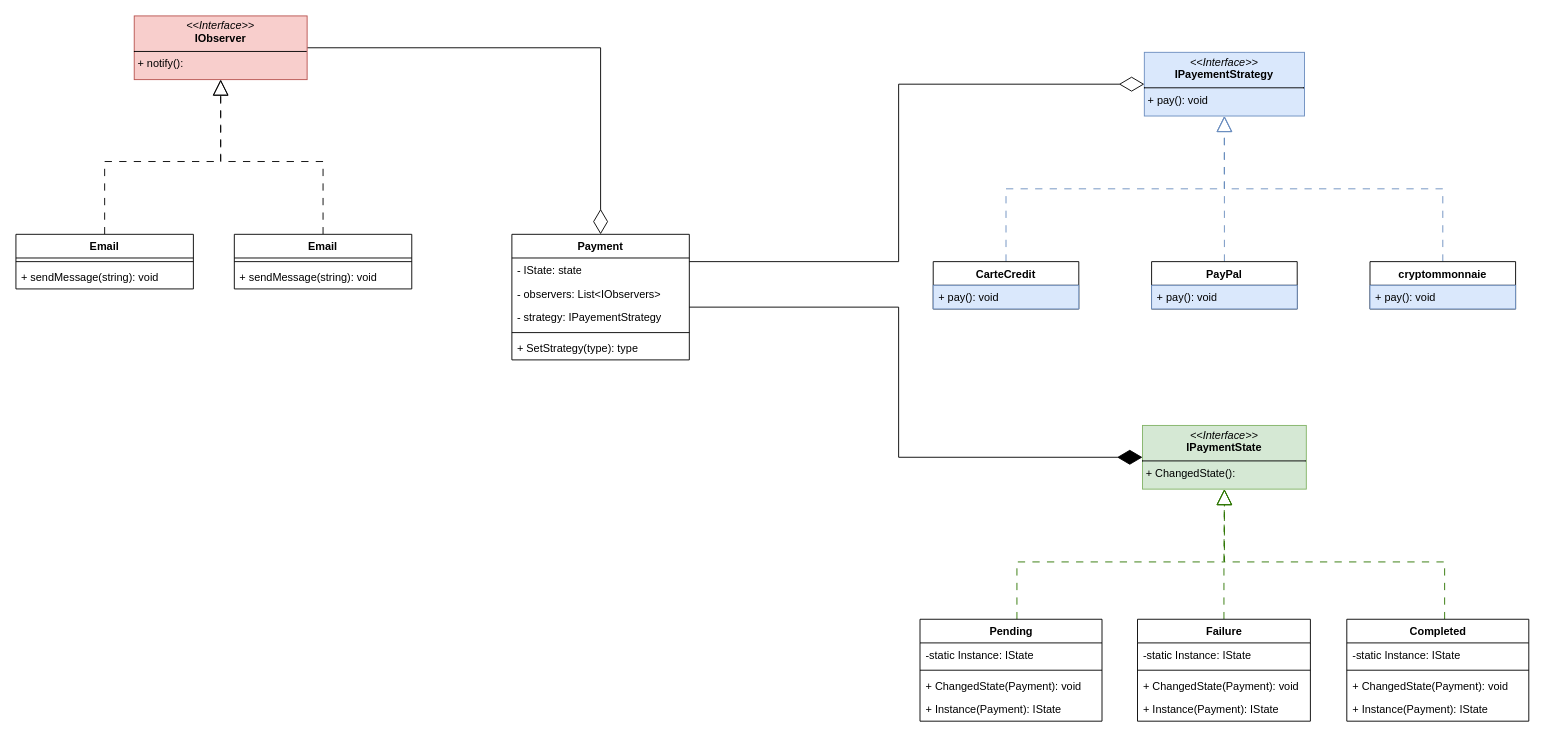
Before: SI_Devoir5.drawio in MAUI-SI-IOS/SI_Devoir5, a draw.io diagram. Source tidied: cells renumbered, new cells numbered last; positions are measured from the earlier drawing's top-left corner, leaving out a move shared by most shapes. Both pictures are drawn from the tidied source at 91%, with x=0, y=0 at pixel (15, 15).
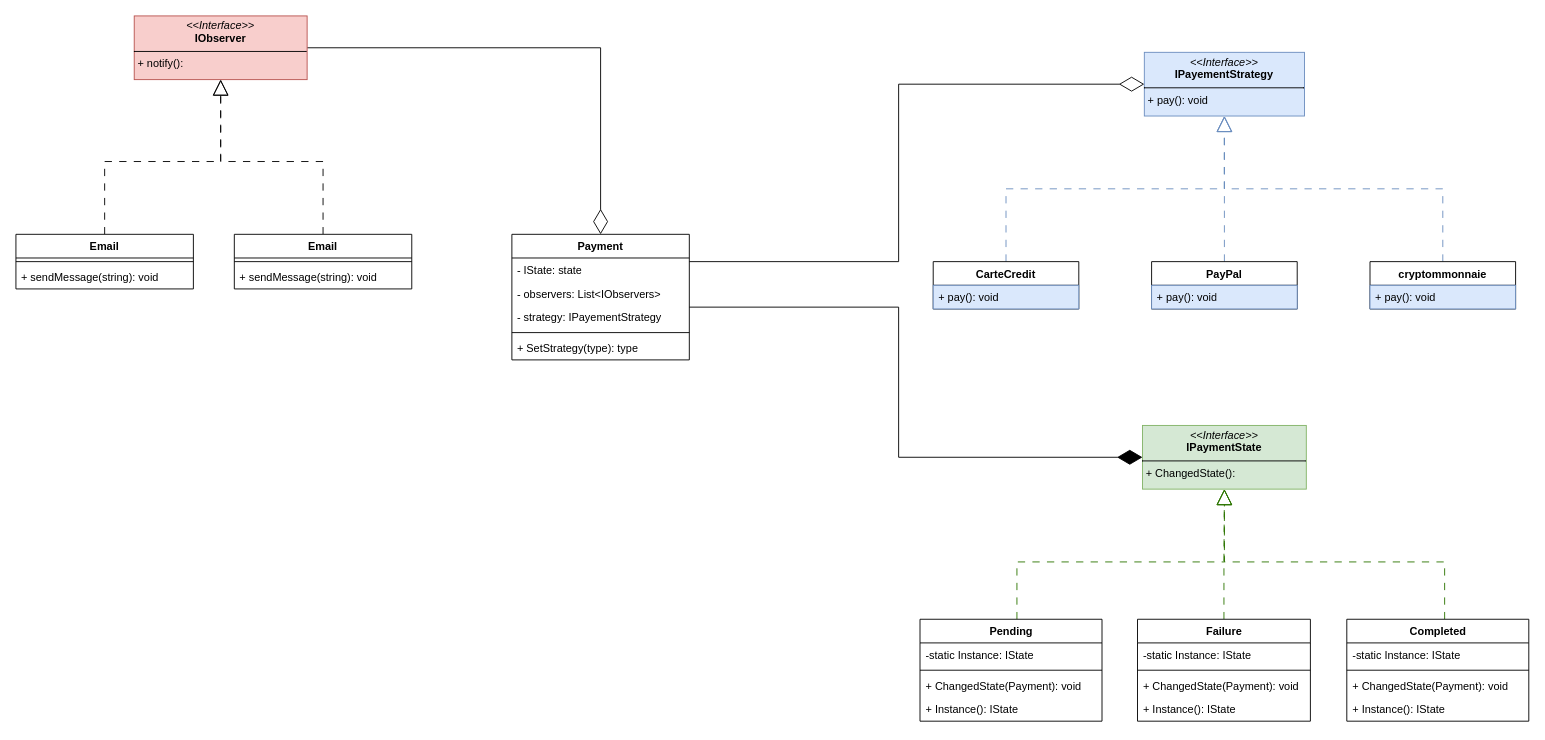
The same page after the edit.

Commit message:
remove Payment param to IPaymentState.instance() static method

The change refers to these unchanged cells:
```xml
<mxCell id="14" value="Pending" style="swimlane;fontStyle=1;align=center;verticalAlign=top;horizontal=1;startSize=26;whiteSpace=wrap;html=1;" parent="1" vertex="1">
  <mxGeometry x="993.5" y="663" width="200" height="112" as="geometry" />
</mxCell>
<mxCell id="20" value="Failure" style="swimlane;fontStyle=1;align=center;verticalAlign=top;horizontal=1;startSize=26;whiteSpace=wrap;html=1;" parent="1" vertex="1">
  <mxGeometry x="1232.5" y="663" width="190" height="112" as="geometry" />
</mxCell>
<mxCell id="26" value="Completed" style="swimlane;fontStyle=1;align=center;verticalAlign=top;horizontal=1;startSize=26;whiteSpace=wrap;html=1;" parent="1" vertex="1">
  <mxGeometry x="1462.5" y="663" width="200" height="112" as="geometry" />
</mxCell>
```

The edit, as a diff of the source:
```diff
@@
-    <mxCell id="18" value="+ Instance(Payment): IState" style="text;strokeColor=none;fillColor=none;align=left;verticalAlign=top;spacingLeft=4;spacingRight=4;overflow=hidden;whiteSpace=wrap;html=1;" parent="14" vertex="1">
+    <mxCell id="18" value="+ Instance(): IState" style="text;strokeColor=none;fillColor=none;align=left;verticalAlign=top;spacingLeft=4;spacingRight=4;overflow=hidden;whiteSpace=wrap;html=1;" parent="14" vertex="1">
       <mxGeometry y="86" width="200" height="26" as="geometry" />
     </mxCell>
@@
-    <mxCell id="24" value="+ Instance(Payment): IState" style="text;strokeColor=none;fillColor=none;align=left;verticalAlign=top;spacingLeft=4;spacingRight=4;overflow=hidden;whiteSpace=wrap;html=1;" parent="20" vertex="1">
+    <mxCell id="24" value="+ Instance(): IState" style="text;strokeColor=none;fillColor=none;align=left;verticalAlign=top;spacingLeft=4;spacingRight=4;overflow=hidden;whiteSpace=wrap;html=1;" parent="20" vertex="1">
       <mxGeometry y="86" width="190" height="26" as="geometry" />
     </mxCell>
@@
-    <mxCell id="30" value="+ Instance(Payment): IState" style="text;strokeColor=none;fillColor=none;align=left;verticalAlign=top;spacingLeft=4;spacingRight=4;overflow=hidden;whiteSpace=wrap;html=1;" parent="26" vertex="1">
+    <mxCell id="30" value="+ Instance(): IState" style="text;strokeColor=none;fillColor=none;align=left;verticalAlign=top;spacingLeft=4;spacingRight=4;overflow=hidden;whiteSpace=wrap;html=1;" parent="26" vertex="1">
       <mxGeometry y="86" width="200" height="26" as="geometry" />
     </mxCell>
```
